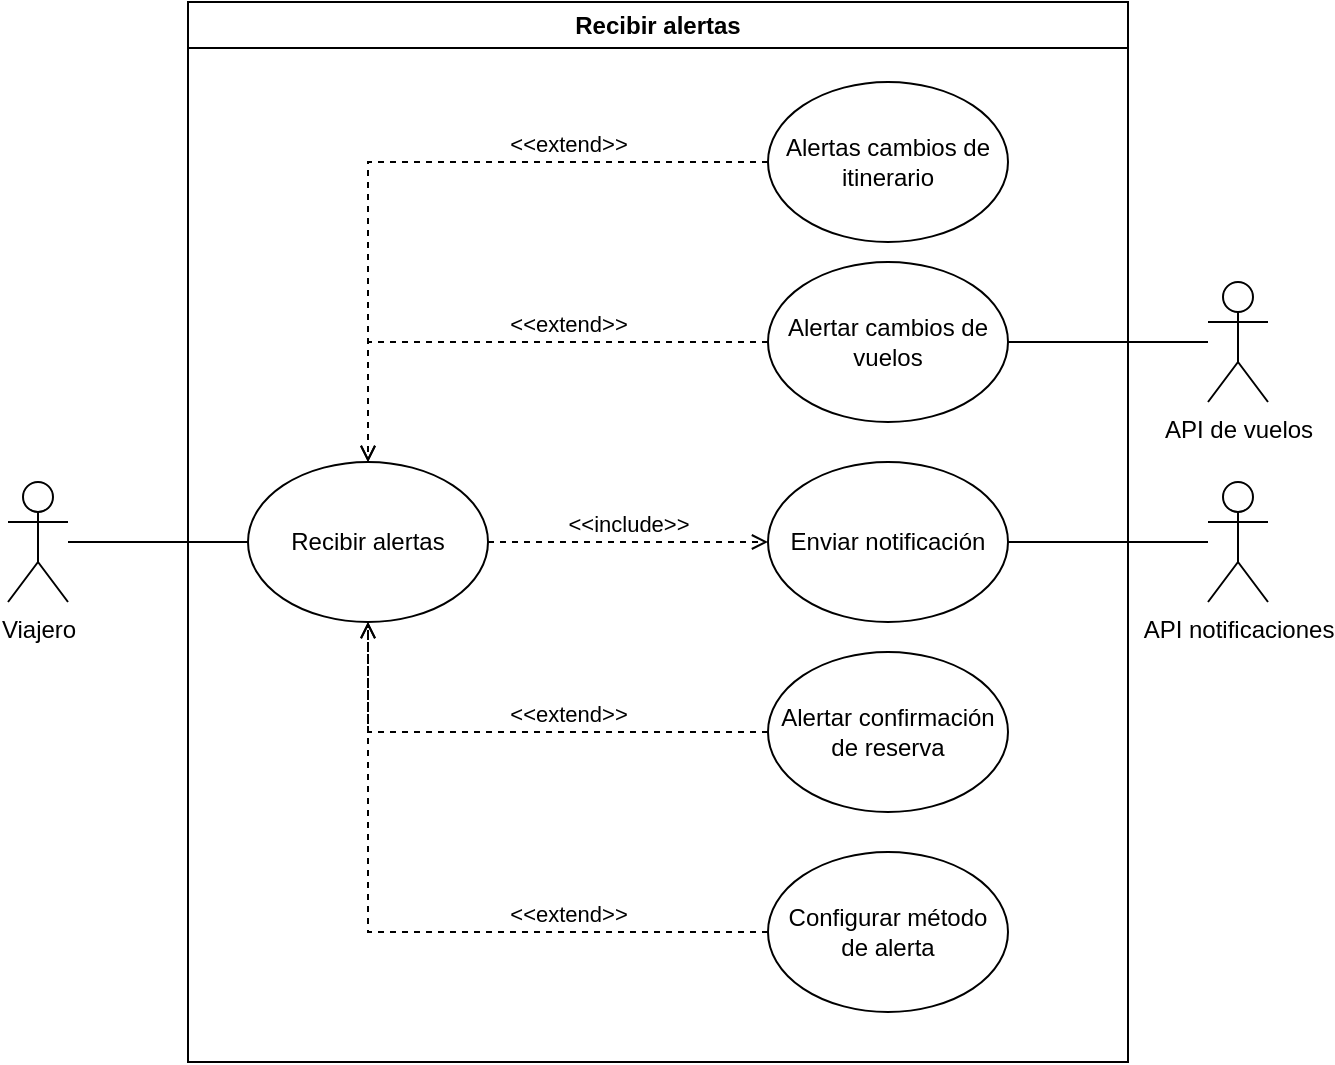
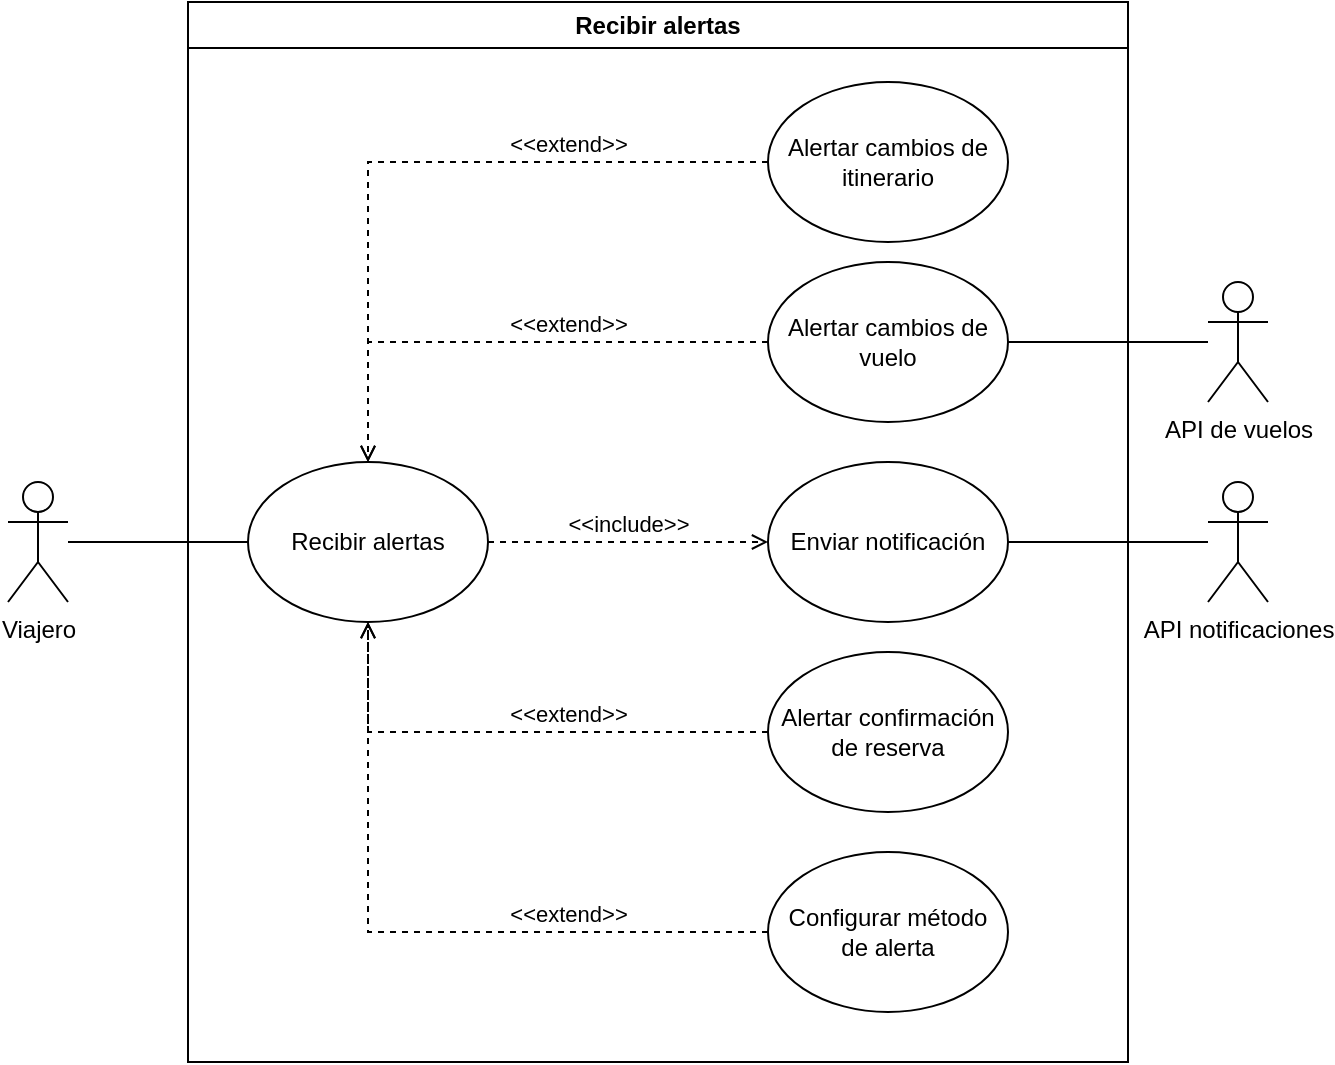
<mxfile host="app.diagrams.net">
  <diagram name="Page-1" id="OhplTJhCZV7xEbVBy6KQ">
    <mxGraphModel dx="1284" dy="669" grid="1" gridSize="10" guides="1" tooltips="1" connect="1" arrows="1" fold="1" page="1" pageScale="1" pageWidth="850" pageHeight="1100" math="0" shadow="0">
      <root>
        <mxCell id="0" />
        <mxCell id="1" parent="0" />
        <mxCell id="fss9sYI7YIhvXHXK7b7x-20" edge="1" parent="1" source="fss9sYI7YIhvXHXK7b7x-1" style="edgeStyle=orthogonalEdgeStyle;rounded=0;orthogonalLoop=1;jettySize=auto;html=1;entryX=0;entryY=0.5;entryDx=0;entryDy=0;endArrow=none;endFill=0;" target="fss9sYI7YIhvXHXK7b7x-4">
          <mxGeometry relative="1" as="geometry" />
        </mxCell>
        <mxCell id="fss9sYI7YIhvXHXK7b7x-1" parent="1" style="shape=umlActor;verticalLabelPosition=bottom;verticalAlign=top;html=1;outlineConnect=0;" value="Viajero" vertex="1">
          <mxGeometry height="60" width="30" x="110" y="525" as="geometry" />
        </mxCell>
        <mxCell id="fss9sYI7YIhvXHXK7b7x-3" parent="1" style="swimlane;whiteSpace=wrap;html=1;" value="Recibir alertas" vertex="1">
          <mxGeometry height="530" width="470" x="200" y="285" as="geometry" />
        </mxCell>
        <mxCell id="fss9sYI7YIhvXHXK7b7x-4" parent="fss9sYI7YIhvXHXK7b7x-3" style="ellipse;whiteSpace=wrap;html=1;" value="Recibir alertas" vertex="1">
          <mxGeometry height="80" width="120" x="30" y="230" as="geometry" />
        </mxCell>
        <mxCell id="fss9sYI7YIhvXHXK7b7x-6" parent="fss9sYI7YIhvXHXK7b7x-3" style="ellipse;whiteSpace=wrap;html=1;" value="&lt;div&gt;Configurar método&lt;/div&gt;&lt;div&gt;de alerta&lt;/div&gt;" vertex="1">
          <mxGeometry height="80" width="120" x="290" y="425" as="geometry" />
        </mxCell>
-         <mxCell id="fss9sYI7YIhvXHXK7b7x-7" parent="fss9sYI7YIhvXHXK7b7x-3" style="ellipse;whiteSpace=wrap;html=1;" value="Alertar cambios de vuelos" vertex="1">
+         <mxCell id="fss9sYI7YIhvXHXK7b7x-7" parent="fss9sYI7YIhvXHXK7b7x-3" style="ellipse;whiteSpace=wrap;html=1;" value="Alertar cambios de vuelo" vertex="1">
          <mxGeometry height="80" width="120" x="290" y="130" as="geometry" />
        </mxCell>
        <mxCell id="fss9sYI7YIhvXHXK7b7x-8" parent="fss9sYI7YIhvXHXK7b7x-3" style="ellipse;whiteSpace=wrap;html=1;" value="Alertar confirmación de reserva" vertex="1">
          <mxGeometry height="80" width="120" x="290" y="325" as="geometry" />
        </mxCell>
-         <mxCell id="fss9sYI7YIhvXHXK7b7x-9" parent="fss9sYI7YIhvXHXK7b7x-3" style="ellipse;whiteSpace=wrap;html=1;" value="Alertas cambios de itinerario" vertex="1">
+         <mxCell id="fss9sYI7YIhvXHXK7b7x-9" parent="fss9sYI7YIhvXHXK7b7x-3" style="ellipse;whiteSpace=wrap;html=1;" value="Alertar cambios de itinerario" vertex="1">
          <mxGeometry height="80" width="120" x="290" y="40" as="geometry" />
        </mxCell>
        <mxCell id="fss9sYI7YIhvXHXK7b7x-5" parent="fss9sYI7YIhvXHXK7b7x-3" style="ellipse;whiteSpace=wrap;html=1;" value="Enviar notificación" vertex="1">
          <mxGeometry height="80" width="120" x="290" y="230" as="geometry" />
        </mxCell>
        <mxCell id="fss9sYI7YIhvXHXK7b7x-10" edge="1" parent="fss9sYI7YIhvXHXK7b7x-3" source="fss9sYI7YIhvXHXK7b7x-4" style="html=1;verticalAlign=bottom;labelBackgroundColor=none;endArrow=open;endFill=0;dashed=1;rounded=0;entryX=0;entryY=0.5;entryDx=0;entryDy=0;exitX=1;exitY=0.5;exitDx=0;exitDy=0;" target="fss9sYI7YIhvXHXK7b7x-5" value="&amp;lt;&amp;lt;include&amp;gt;&amp;gt;">
          <mxGeometry relative="1" width="160" as="geometry">
            <mxPoint x="190" y="270" as="sourcePoint" />
            <mxPoint x="350" y="270" as="targetPoint" />
          </mxGeometry>
        </mxCell>
        <mxCell id="fss9sYI7YIhvXHXK7b7x-14" edge="1" parent="fss9sYI7YIhvXHXK7b7x-3" source="fss9sYI7YIhvXHXK7b7x-6" style="html=1;verticalAlign=bottom;labelBackgroundColor=none;endArrow=open;endFill=0;dashed=1;rounded=0;entryX=0.5;entryY=1;entryDx=0;entryDy=0;exitX=0;exitY=0.5;exitDx=0;exitDy=0;" target="fss9sYI7YIhvXHXK7b7x-4" value="&amp;lt;&amp;lt;extend&amp;gt;&amp;gt;">
          <mxGeometry relative="1" width="160" x="-0.4366" as="geometry">
            <mxPoint as="offset" />
            <Array as="points">
              <mxPoint x="90" y="465" />
            </Array>
            <mxPoint x="190" y="285" as="sourcePoint" />
            <mxPoint x="350" y="285" as="targetPoint" />
          </mxGeometry>
        </mxCell>
        <mxCell id="fss9sYI7YIhvXHXK7b7x-13" edge="1" parent="fss9sYI7YIhvXHXK7b7x-3" source="fss9sYI7YIhvXHXK7b7x-9" style="html=1;verticalAlign=bottom;labelBackgroundColor=none;endArrow=open;endFill=0;dashed=1;rounded=0;entryX=0.5;entryY=0;entryDx=0;entryDy=0;exitX=0;exitY=0.5;exitDx=0;exitDy=0;" target="fss9sYI7YIhvXHXK7b7x-4" value="&amp;lt;&amp;lt;extend&amp;gt;&amp;gt;">
          <mxGeometry relative="1" width="160" x="-0.4286" as="geometry">
            <mxPoint as="offset" />
            <Array as="points">
              <mxPoint x="90" y="80" />
            </Array>
            <mxPoint x="190" y="285" as="sourcePoint" />
            <mxPoint x="350" y="285" as="targetPoint" />
          </mxGeometry>
        </mxCell>
        <mxCell id="fss9sYI7YIhvXHXK7b7x-12" edge="1" parent="fss9sYI7YIhvXHXK7b7x-3" source="fss9sYI7YIhvXHXK7b7x-7" style="html=1;verticalAlign=bottom;labelBackgroundColor=none;endArrow=open;endFill=0;dashed=1;rounded=0;entryX=0.5;entryY=0;entryDx=0;entryDy=0;exitX=0;exitY=0.5;exitDx=0;exitDy=0;" target="fss9sYI7YIhvXHXK7b7x-4" value="&amp;lt;&amp;lt;extend&amp;gt;&amp;gt;">
          <mxGeometry relative="1" width="160" x="-0.2308" as="geometry">
            <mxPoint as="offset" />
            <Array as="points">
              <mxPoint x="90" y="170" />
            </Array>
            <mxPoint x="190" y="285" as="sourcePoint" />
            <mxPoint x="350" y="285" as="targetPoint" />
          </mxGeometry>
        </mxCell>
        <mxCell id="fss9sYI7YIhvXHXK7b7x-15" edge="1" parent="fss9sYI7YIhvXHXK7b7x-3" source="fss9sYI7YIhvXHXK7b7x-8" style="html=1;verticalAlign=bottom;labelBackgroundColor=none;endArrow=open;endFill=0;dashed=1;rounded=0;entryX=0.5;entryY=1;entryDx=0;entryDy=0;exitX=0;exitY=0.5;exitDx=0;exitDy=0;" target="fss9sYI7YIhvXHXK7b7x-4" value="&amp;lt;&amp;lt;extend&amp;gt;&amp;gt;">
          <mxGeometry relative="1" width="160" x="-0.2157" as="geometry">
            <mxPoint as="offset" />
            <Array as="points">
              <mxPoint x="90" y="365" />
            </Array>
            <mxPoint x="190" y="285" as="sourcePoint" />
            <mxPoint x="350" y="285" as="targetPoint" />
          </mxGeometry>
        </mxCell>
        <mxCell id="fss9sYI7YIhvXHXK7b7x-19" edge="1" parent="1" source="fss9sYI7YIhvXHXK7b7x-16" style="edgeStyle=orthogonalEdgeStyle;rounded=0;orthogonalLoop=1;jettySize=auto;html=1;entryX=1;entryY=0.5;entryDx=0;entryDy=0;endArrow=none;endFill=0;" target="fss9sYI7YIhvXHXK7b7x-7">
          <mxGeometry relative="1" as="geometry" />
        </mxCell>
        <mxCell id="fss9sYI7YIhvXHXK7b7x-16" parent="1" style="shape=umlActor;verticalLabelPosition=bottom;verticalAlign=top;html=1;" value="API de vuelos" vertex="1">
          <mxGeometry height="60" width="30" x="710" y="425" as="geometry" />
        </mxCell>
        <mxCell id="fss9sYI7YIhvXHXK7b7x-18" edge="1" parent="1" source="fss9sYI7YIhvXHXK7b7x-17" style="edgeStyle=orthogonalEdgeStyle;rounded=0;orthogonalLoop=1;jettySize=auto;html=1;entryX=1;entryY=0.5;entryDx=0;entryDy=0;endArrow=none;endFill=0;" target="fss9sYI7YIhvXHXK7b7x-5">
          <mxGeometry relative="1" as="geometry" />
        </mxCell>
        <mxCell id="fss9sYI7YIhvXHXK7b7x-17" parent="1" style="shape=umlActor;verticalLabelPosition=bottom;verticalAlign=top;html=1;" value="API notificaciones" vertex="1">
          <mxGeometry height="60" width="30" x="710" y="525" as="geometry" />
        </mxCell>
      </root>
    </mxGraphModel>
  </diagram>
</mxfile>
